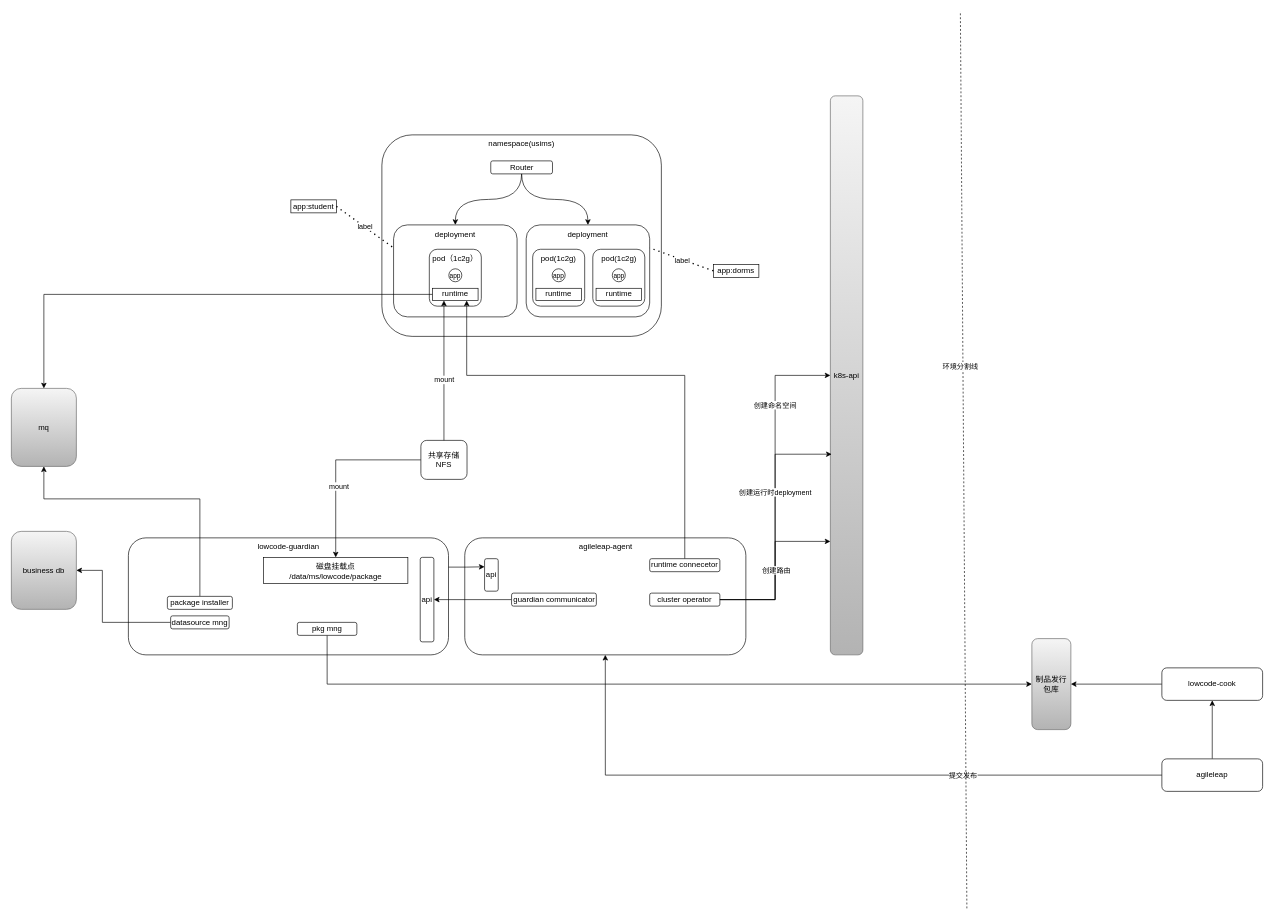
The draw.io diagram page "应用部署" (10 of 10) of 灵捷.drawio in ProgrammerLZ/drawio, before the edit. Source tidied: cells renumbered, new cells numbered last; positions are measured from the earlier drawing's top-left corner, leaving out a move shared by most shapes. Both pictures are drawn from the tidied source at 65%, with x=0, y=0 at pixel (11, 11).
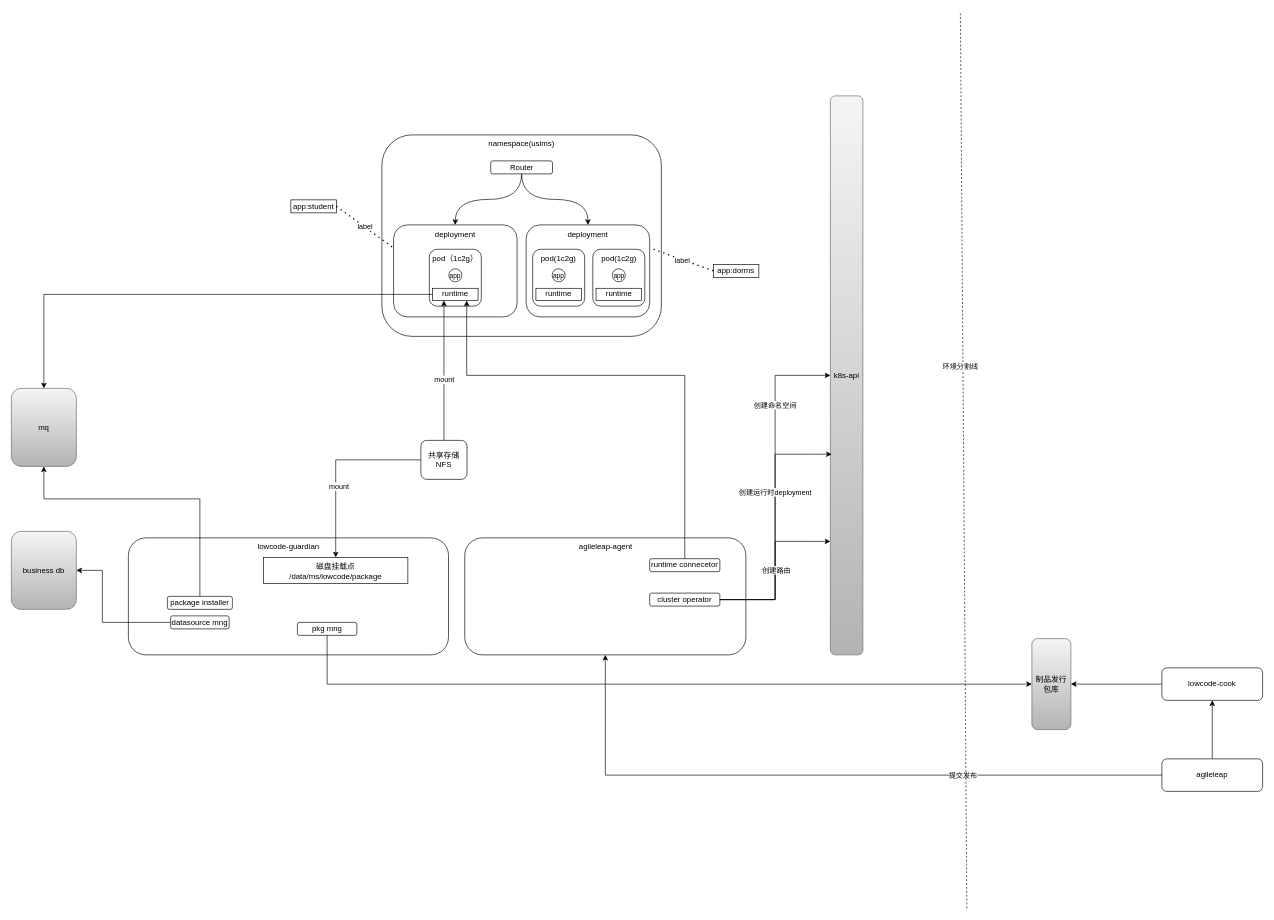
Above is the later version.

The change refers to these unchanged cells:
```xml
<mxCell id="5" value="lowcode-guardian" style="rounded=1;whiteSpace=wrap;html=1;verticalAlign=top;fillColor=none;" parent="1" vertex="1">
  <mxGeometry x="180" y="810" width="492.5" height="180" as="geometry" />
</mxCell>
```

What changed in the source:
```diff
@@
-    <mxCell id="4" style="edgeStyle=orthogonalEdgeStyle;rounded=0;jettySize=auto;html=1;exitX=1;exitY=0.25;exitDx=0;exitDy=0;entryX=0;entryY=0.25;entryDx=0;entryDy=0;" parent="1" edge="1" source="5" target="31">
-      <mxGeometry relative="1" as="geometry" />
-    </mxCell>
@@
-    <mxCell id="30" value="api" style="rounded=1;whiteSpace=wrap;html=1;" parent="1" vertex="1">
-      <mxGeometry x="629" y="840" width="21" height="130" as="geometry" />
-    </mxCell>
-    <mxCell id="31" value="api" style="rounded=1;whiteSpace=wrap;html=1;" parent="1" vertex="1">
-      <mxGeometry x="728" y="842" width="21" height="50" as="geometry" />
-    </mxCell>
@@
-    <mxCell id="50" style="edgeStyle=orthogonalEdgeStyle;rounded=0;jettySize=auto;html=1;exitX=0;exitY=0.5;exitDx=0;exitDy=0;" parent="1" edge="1" source="51" target="30">
-      <mxGeometry relative="1" as="geometry" />
-    </mxCell>
-    <mxCell id="51" value="guardian communicator" style="rounded=1;whiteSpace=wrap;html=1;" parent="1" vertex="1">
-      <mxGeometry x="769.5" y="895" width="130.5" height="20" as="geometry" />
-    </mxCell>
```
